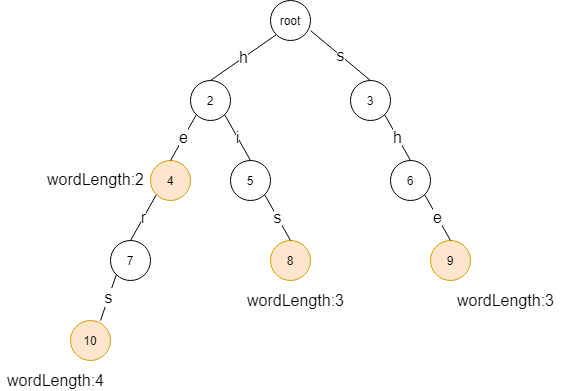
Above: images/automation-3.png in guozhchun/guozhchun.github.io (draw.io), before the change. Source tidied: cells renumbered, new cells last; positions are measured from the earlier drawing's top-left corner, leaving out a move shared by most shapes.
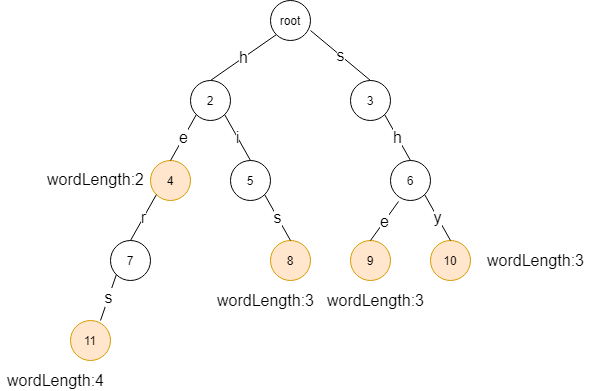
The same diagram one commit later.

The edit, as a diff of the source:
```diff
@@ -28,13 +28,13 @@
     <mxCell id="9" value="3" style="ellipse;whiteSpace=wrap;html=1;" parent="1" vertex="1">
       <mxGeometry x="350" y="80" width="40" height="40" as="geometry" />
     </mxCell>
-    <mxCell id="10" value="9" style="ellipse;whiteSpace=wrap;html=1;fillColor=#ffe6cc;strokeColor=#d79b00;" parent="1" vertex="1">
-      <mxGeometry x="430" y="240" width="40" height="40" as="geometry" />
+    <mxCell id="10" value="9" style="ellipse;whiteSpace=wrap;html=1;fillColor=#ffe6cc;strokeColor=#d79b00;direction=west;" parent="1" vertex="1">
+      <mxGeometry x="350" y="240" width="40" height="40" as="geometry" />
     </mxCell>
     <mxCell id="11" value="6" style="ellipse;whiteSpace=wrap;html=1;" parent="1" vertex="1">
       <mxGeometry x="390" y="160" width="40" height="40" as="geometry" />
     </mxCell>
-    <mxCell id="12" value="&lt;font size=&quot;3&quot;&gt;e&lt;/font&gt;" style="endArrow=none;html=1;exitX=0.5;exitY=0;exitDx=0;exitDy=0;entryX=1;entryY=1;entryDx=0;entryDy=0;" parent="1" edge="1" source="10" target="11">
+    <mxCell id="12" value="&lt;font size=&quot;3&quot;&gt;e&lt;/font&gt;" style="endArrow=none;html=1;exitX=0.5;exitY=1;exitDx=0;exitDy=0;entryX=0.2;entryY=1.025;entryDx=0;entryDy=0;entryPerimeter=0;" parent="1" edge="1" source="10" target="11">
       <mxGeometry relative="1" as="geometry" />
     </mxCell>
     <mxCell id="13" value="&lt;font size=&quot;3&quot;&gt;h&lt;/font&gt;" style="endArrow=none;html=1;entryX=1;entryY=1;entryDx=0;entryDy=0;exitX=0.5;exitY=0;exitDx=0;exitDy=0;" parent="1" edge="1" source="11" target="9">
@@ -51,7 +51,7 @@
     <mxCell id="16" value="&lt;font style=&quot;font-size: 16px&quot;&gt;r&lt;/font&gt;" style="endArrow=none;html=1;entryX=0;entryY=1;entryDx=0;entryDy=0;exitX=0.5;exitY=0;exitDx=0;exitDy=0;" parent="1" edge="1" source="15" target="5">
       <mxGeometry relative="1" as="geometry" />
     </mxCell>
-    <mxCell id="17" value="10" style="ellipse;whiteSpace=wrap;html=1;fillColor=#ffe6cc;strokeColor=#d79b00;" parent="1" vertex="1">
+    <mxCell id="17" value="11" style="ellipse;whiteSpace=wrap;html=1;fillColor=#ffe6cc;strokeColor=#d79b00;" parent="1" vertex="1">
       <mxGeometry x="70" y="320" width="40" height="40" as="geometry" />
     </mxCell>
     <mxCell id="18" value="&lt;font style=&quot;font-size: 16px&quot;&gt;s&lt;/font&gt;" style="endArrow=none;html=1;exitX=0.75;exitY=0;exitDx=0;exitDy=0;exitPerimeter=0;entryX=0;entryY=1;entryDx=0;entryDy=0;" parent="1" edge="1" source="17" target="15">
@@ -70,10 +70,19 @@
       <mxGeometry y="370" width="110" height="20" as="geometry" />
     </mxCell>
     <mxCell id="23" value="&lt;font style=&quot;font-size: 16px&quot;&gt;wordLength:3&lt;/font&gt;" style="text;html=1;align=center;verticalAlign=middle;" parent="1" vertex="1">
-      <mxGeometry x="240" y="290" width="110" height="20" as="geometry" />
+      <mxGeometry x="210" y="290" width="110" height="20" as="geometry" />
     </mxCell>
     <mxCell id="24" value="&lt;font style=&quot;font-size: 16px&quot;&gt;wordLength:3&lt;/font&gt;" style="text;html=1;align=center;verticalAlign=middle;" parent="1" vertex="1">
-      <mxGeometry x="450" y="290" width="110" height="20" as="geometry" />
+      <mxGeometry x="320" y="290" width="110" height="20" as="geometry" />
     </mxCell>
+    <mxCell id="25" value="10" style="ellipse;whiteSpace=wrap;html=1;fillColor=#ffe6cc;strokeColor=#d79b00;direction=west;" parent="1" vertex="1">
+      <mxGeometry x="430" y="240" width="40" height="40" as="geometry" />
+    </mxCell>
+    <mxCell id="26" value="&lt;font size=&quot;3&quot;&gt;y&lt;/font&gt;" style="endArrow=none;html=1;exitX=0.5;exitY=1;exitDx=0;exitDy=0;entryX=1;entryY=1;entryDx=0;entryDy=0;" parent="1" edge="1" source="25" target="11">
+      <mxGeometry relative="1" as="geometry" />
+    </mxCell>
+    <mxCell id="27" value="&lt;font style=&quot;font-size: 16px&quot;&gt;wordLength:3&lt;/font&gt;" style="text;html=1;align=center;verticalAlign=middle;" parent="1" vertex="1">
+      <mxGeometry x="480" y="250" width="110" height="20" as="geometry" />
+    </mxCell>
   </root>
 </mxGraphModel>
```
